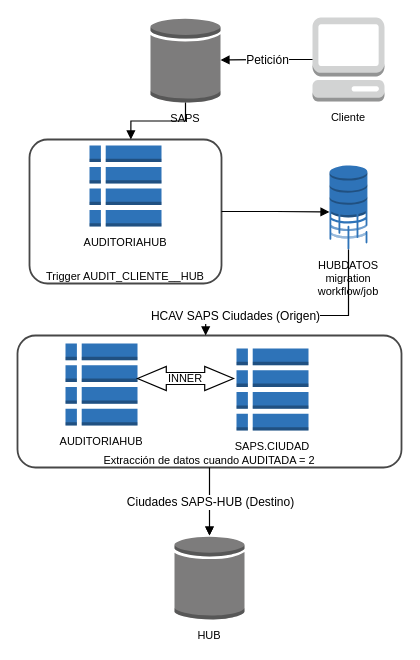
Above: 3 HCAV SAPS Ciudades (Origen).drawio in darkarand92/Diagramas-Integracion (draw.io), before the change. Source tidied: cells renumbered, new cells numbered last; positions are measured from the earlier drawing's top-left corner, leaving out a move shared by most shapes. Both pictures are drawn from the tidied source at 100%, with x=0, y=0 at pixel (17, 17).
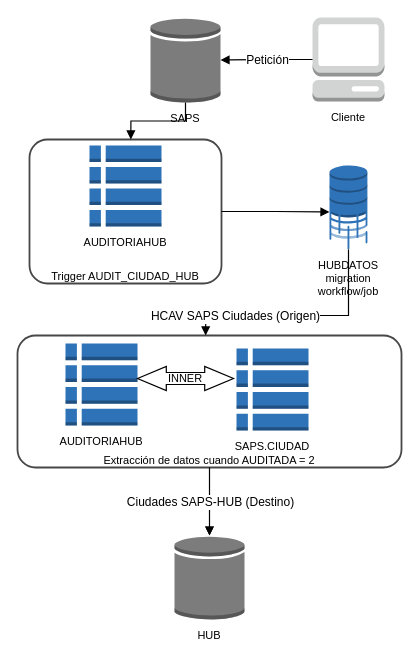
After the change.

Diff of the diagram source:
```diff
@@
-    <mxCell id="8" value="Trigger AUDIT_CLIENTE__HUB" style="html=1;whiteSpace=wrap;fontSize=11;spacing=0;strokeColor=#474747;fillOpacity=0;rounded=1;absoluteArcSize=1;arcSize=36;fillColor=#000000;strokeWidth=1.7999999999999998;verticalAlign=bottom;" parent="1" vertex="1">
+    <mxCell id="8" value="Trigger AUDIT_CIUDAD_HUB" style="html=1;whiteSpace=wrap;fontSize=11;spacing=0;strokeColor=#474747;fillOpacity=0;rounded=1;absoluteArcSize=1;arcSize=36;fillColor=#000000;strokeWidth=1.7999999999999998;verticalAlign=bottom;" parent="1" vertex="1">
       <mxGeometry x="12" y="122" width="192" height="144" as="geometry" />
     </mxCell>
```
